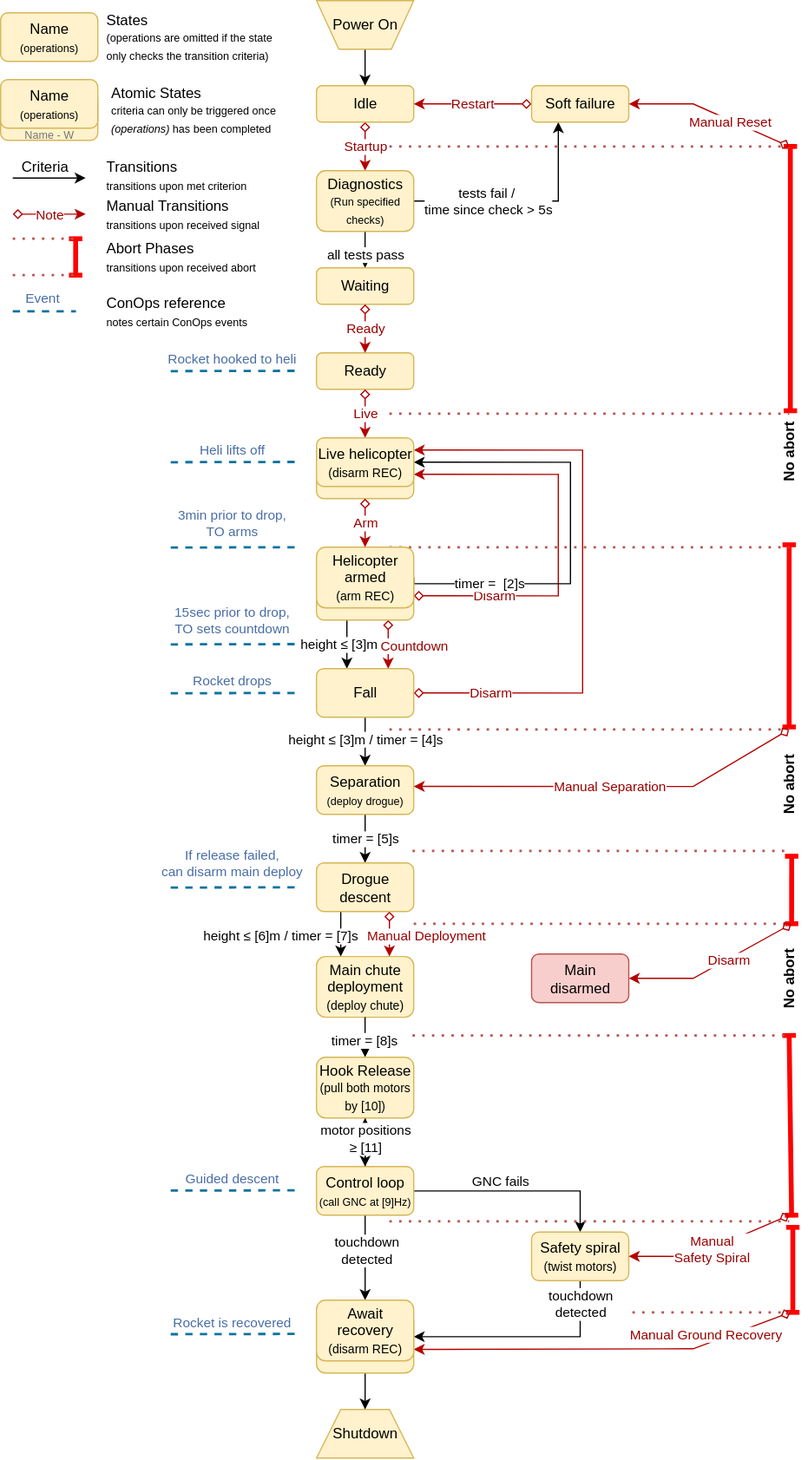
Earlier version of the draw.io export state-machines/separation-drop-test-state-machine.drawio.svg (aris-space/asteria-remote-computers). Source tidied: cells renumbered, new cells last; positions are measured from the earlier drawing's top-left corner, leaving out a move shared by most shapes.
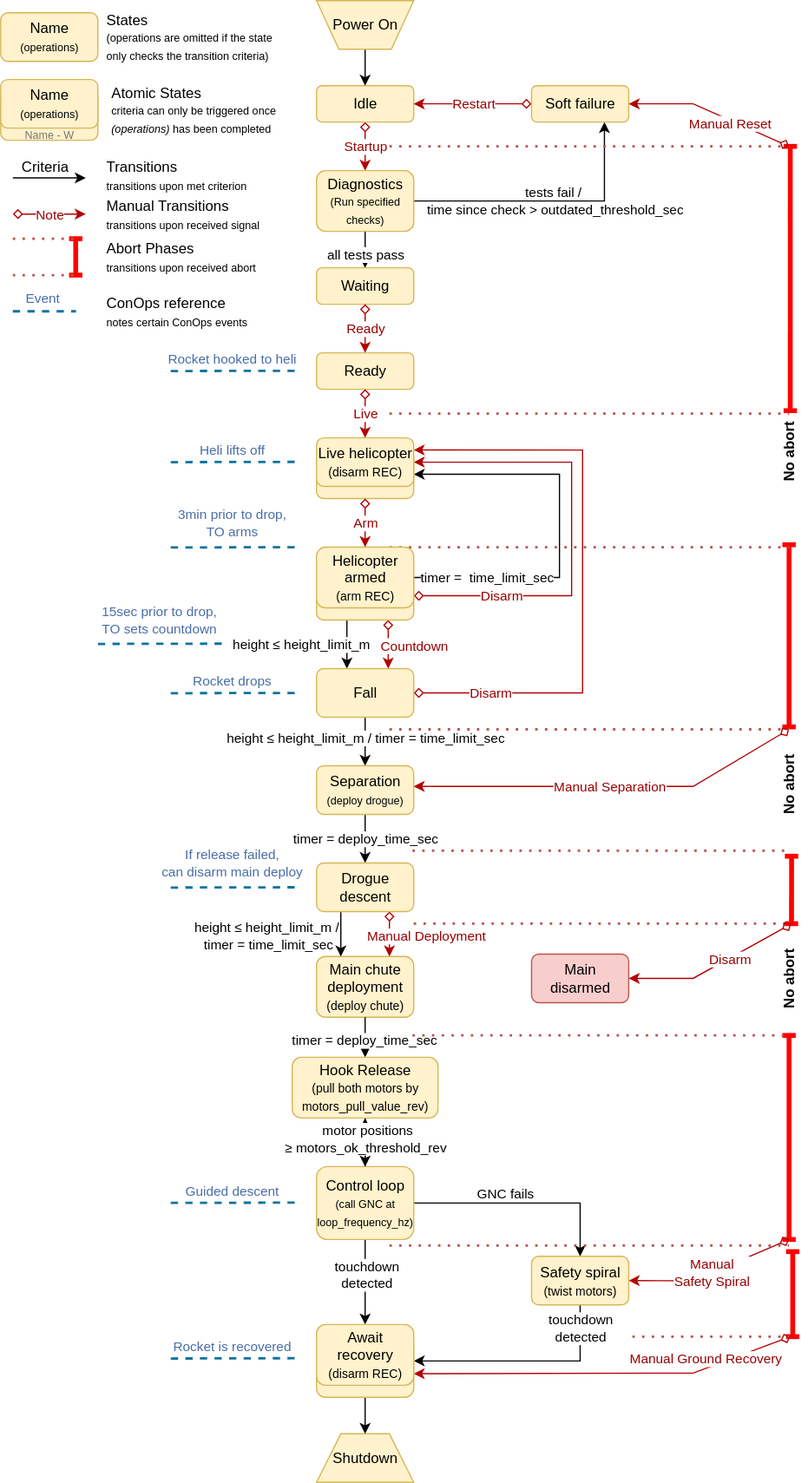
Above is the later version.

Commit message:
Replace [n] with actual names in the separation drop test diagram

The edit, as a diff of the source:
```diff
@@ -25,6 +25,6 @@
     </mxCell>
-    <mxCell id="9" style="edgeStyle=orthogonalEdgeStyle;rounded=0;jettySize=auto;html=1;entryX=0.275;entryY=1;entryDx=0;entryDy=0;entryPerimeter=0;exitX=1;exitY=0.5;exitDx=0;exitDy=0;" parent="1" edge="1" source="11" target="14">
+    <mxCell id="9" style="edgeStyle=orthogonalEdgeStyle;rounded=0;jettySize=auto;html=1;entryX=0.75;entryY=1;entryDx=0;entryDy=0;exitX=1;exitY=0.5;exitDx=0;exitDy=0;" parent="1" edge="1" source="11" target="14">
       <mxGeometry relative="1" as="geometry">
         <Array as="points">
-          <mxPoint x="459" y="165" />
+          <mxPoint x="497" y="165" />
         </Array>
@@ -32,5 +32,5 @@
     </mxCell>
-    <mxCell id="10" value="tests fail /&amp;nbsp;&lt;div&gt;time since check &amp;gt; 5s&lt;/div&gt;" style="edgeLabel;html=1;align=center;verticalAlign=middle;" parent="9" vertex="1">
+    <mxCell id="10" value="tests fail /&amp;nbsp;&lt;div&gt;time since check &amp;gt; outdated_threshold_sec&lt;/div&gt;" style="edgeLabel;html=1;align=center;verticalAlign=middle;labelBackgroundColor=none;" parent="9" vertex="1">
       <mxGeometry x="-0.42" y="2" relative="1" as="geometry">
-        <mxPoint x="7" y="2" as="offset" />
+        <mxPoint x="51" y="2" as="offset" />
       </mxGeometry>
@@ -59,7 +59,7 @@
     </mxCell>
-    <mxCell id="16" value="&lt;font color=&quot;#990000&quot;&gt;Disarm&lt;/font&gt;" style="edgeStyle=orthogonalEdgeStyle;rounded=0;jettySize=auto;html=1;exitX=1;exitY=0.5;exitDx=0;exitDy=0;shadow=0;strokeColor=#B20000;strokeWidth=1;align=center;verticalAlign=middle;fontFamily=Helvetica;fontSize=11;fontColor=default;labelBackgroundColor=default;jumpStyle=none;jumpSize=5;startArrow=diamond;startFill=0;endArrow=classic;flowAnimation=0;fillColor=#e51400;entryX=1;entryY=0.75;entryDx=0;entryDy=0;" parent="1" edge="1" source="94" target="95">
+    <mxCell id="16" value="&lt;font color=&quot;#990000&quot;&gt;Disarm&lt;/font&gt;" style="edgeStyle=orthogonalEdgeStyle;rounded=0;jettySize=auto;html=1;exitX=1;exitY=0.5;exitDx=0;exitDy=0;shadow=0;strokeColor=#B20000;strokeWidth=1;align=center;verticalAlign=middle;fontFamily=Helvetica;fontSize=11;fontColor=default;labelBackgroundColor=default;jumpStyle=none;jumpSize=5;startArrow=diamond;startFill=0;endArrow=classic;flowAnimation=0;fillColor=#e51400;entryX=1;entryY=0.5;entryDx=0;entryDy=0;" parent="1" edge="1" source="94" target="95">
       <mxGeometry x="-0.61" relative="1" as="geometry">
         <Array as="points">
-          <mxPoint x="459" y="490" />
-          <mxPoint x="459" y="390" />
+          <mxPoint x="470" y="490" />
+          <mxPoint x="470" y="380" />
         </Array>
@@ -79,3 +79,3 @@
     </mxCell>
-    <mxCell id="19" value="height ≤&amp;nbsp;[3]m / timer = [4]s" style="edgeLabel;html=1;align=center;verticalAlign=middle;" parent="18" vertex="1">
+    <mxCell id="19" value="height ≤ height_limit_m / timer =&amp;nbsp;time_limit_sec" style="edgeLabel;html=1;align=center;verticalAlign=middle;" parent="18" vertex="1">
       <mxGeometry x="-0.15" relative="1" as="geometry" />
@@ -85,4 +85,6 @@
     </mxCell>
-    <mxCell id="21" style="edgeStyle=orthogonalEdgeStyle;rounded=0;jettySize=auto;html=1;exitX=0.5;exitY=1;exitDx=0;exitDy=0;entryX=0.5;entryY=0;entryDx=0;entryDy=0;" parent="1" edge="1" source="26" target="99">
-      <mxGeometry relative="1" as="geometry" />
+    <mxCell id="21" style="edgeStyle=orthogonalEdgeStyle;rounded=0;jettySize=auto;html=1;exitX=0.5;exitY=1;exitDx=0;exitDy=0;entryX=0.5;entryY=0;entryDx=0;entryDy=0;" parent="1" edge="1" target="99">
+      <mxGeometry relative="1" as="geometry">
+        <mxPoint x="300" y="1020" as="sourcePoint" />
+      </mxGeometry>
     </mxCell>
@@ -102,4 +104,4 @@
     </mxCell>
-    <mxCell id="26" value="Control loop&lt;div&gt;&lt;font style=&quot;font-size: 9px;&quot;&gt;(call GNC at [9]Hz)&lt;/font&gt;&lt;/div&gt;" style="rounded=1;whiteSpace=wrap;html=1;fillColor=#fff2cc;strokeColor=#d6b656;" parent="1" vertex="1">
-      <mxGeometry x="260" y="960" width="80" height="40" as="geometry" />
+    <mxCell id="26" value="Control loop&lt;div&gt;&lt;font style=&quot;font-size: 9px;&quot;&gt;(call GNC at loop_frequency_hz)&lt;/font&gt;&lt;/div&gt;" style="rounded=1;whiteSpace=wrap;html=1;fillColor=#fff2cc;strokeColor=#d6b656;" parent="1" vertex="1">
+      <mxGeometry x="260" y="960" width="80" height="60" as="geometry" />
     </mxCell>
@@ -107,6 +109,6 @@
       <mxGeometry relative="1" as="geometry">
-        <mxPoint x="340" y="1100" as="targetPoint" />
+        <mxPoint x="340" y="1120" as="targetPoint" />
         <Array as="points">
-          <mxPoint x="477" y="1100" />
-          <mxPoint x="340" y="1100" />
+          <mxPoint x="477" y="1120" />
+          <mxPoint x="340" y="1120" />
         </Array>
@@ -120,3 +122,3 @@
     <mxCell id="29" value="Safety spiral&lt;div&gt;&lt;font size=&quot;1&quot;&gt;(twist motors)&lt;/font&gt;&lt;/div&gt;" style="rounded=1;whiteSpace=wrap;html=1;fillColor=#fff2cc;strokeColor=#d6b656;" parent="1" vertex="1">
-      <mxGeometry x="437" y="1013.9" width="80" height="40" as="geometry" />
+      <mxGeometry x="437" y="1033.9" width="80" height="40" as="geometry" />
     </mxCell>
@@ -128,3 +130,3 @@
     </mxCell>
-    <mxCell id="32" value="timer = [8]s" style="edgeLabel;html=1;align=center;verticalAlign=middle;" parent="31" vertex="1">
+    <mxCell id="32" value="timer = deploy_time_sec" style="edgeLabel;html=1;align=center;verticalAlign=middle;" parent="31" vertex="1">
       <mxGeometry x="-0.08" y="1" relative="1" as="geometry" />
@@ -132,3 +134,3 @@
     <mxCell id="33" value="Shutdown" style="shape=trapezoid;perimeter=trapezoidPerimeter;whiteSpace=wrap;html=1;fixedSize=1;fillColor=#fff2cc;strokeColor=#d6b656;" parent="1" vertex="1">
-      <mxGeometry x="260" y="1160" width="80" height="40" as="geometry" />
+      <mxGeometry x="260" y="1180" width="80" height="40" as="geometry" />
     </mxCell>
@@ -151,3 +153,3 @@
       <mxGeometry relative="1" as="geometry">
-        <mxPoint x="651" y="1000" as="sourcePoint" />
+        <mxPoint x="649" y="1020" as="sourcePoint" />
       </mxGeometry>
@@ -156,5 +158,5 @@
       <mxGeometry relative="1" as="geometry">
-        <mxPoint x="649" y="1000" as="sourcePoint" />
+        <mxPoint x="649" y="1020" as="sourcePoint" />
         <Array as="points">
-          <mxPoint x="570" y="1034" />
+          <mxPoint x="570" y="1054" />
         </Array>
@@ -164,4 +166,4 @@
       <mxGeometry relative="1" as="geometry">
-        <mxPoint x="652" y="1080" as="sourcePoint" />
-        <mxPoint x="652" y="1010" as="targetPoint" />
+        <mxPoint x="652" y="1100" as="sourcePoint" />
+        <mxPoint x="652" y="1030" as="targetPoint" />
       </mxGeometry>
@@ -170,6 +172,6 @@
       <mxGeometry x="-0.54" y="-8" relative="1" as="geometry">
-        <mxPoint x="650" y="1080" as="sourcePoint" />
-        <mxPoint x="340" y="1110.5" as="targetPoint" />
+        <mxPoint x="650" y="1100" as="sourcePoint" />
+        <mxPoint x="340" y="1130.5" as="targetPoint" />
         <Array as="points">
-          <mxPoint x="570" y="1110" />
+          <mxPoint x="570" y="1130" />
         </Array>
@@ -206,6 +208,6 @@
       <mxGeometry relative="1" as="geometry">
-        <mxPoint x="320" y="1005" as="sourcePoint" />
-        <mxPoint x="649" y="1005" as="targetPoint" />
+        <mxPoint x="320" y="1025" as="sourcePoint" />
+        <mxPoint x="649" y="1025" as="targetPoint" />
         <Array as="points">
-          <mxPoint x="539" y="1005" />
+          <mxPoint x="539" y="1025" />
         </Array>
@@ -215,6 +217,6 @@
       <mxGeometry relative="1" as="geometry">
-        <mxPoint x="520" y="1080" as="sourcePoint" />
-        <mxPoint x="649" y="1080" as="targetPoint" />
+        <mxPoint x="520" y="1100" as="sourcePoint" />
+        <mxPoint x="649" y="1100" as="targetPoint" />
         <Array as="points">
-          <mxPoint x="539" y="1080" />
+          <mxPoint x="539" y="1100" />
         </Array>
@@ -222,5 +224,5 @@
     </mxCell>
-    <mxCell id="46" value="height ≤&amp;nbsp;[3]m" style="edgeLabel;html=1;align=center;verticalAlign=middle;" parent="1" vertex="1">
+    <mxCell id="46" value="height ≤ height_limit_m" style="edgeLabel;html=1;align=center;verticalAlign=middle;" parent="1" vertex="1">
       <mxGeometry x="300" y="530" as="geometry">
-        <mxPoint x="-22" as="offset" />
+        <mxPoint x="-53" as="offset" />
       </mxGeometry>
@@ -264,9 +266,9 @@
     </mxCell>
-    <mxCell id="53" value="&lt;span style=&quot;color: rgb(0, 0, 0); font-family: Helvetica; font-size: 11px; font-style: normal; font-variant-ligatures: normal; font-variant-caps: normal; font-weight: 400; letter-spacing: normal; orphans: 2; text-align: center; text-indent: 0px; text-transform: none; widows: 2; word-spacing: 0px; -webkit-text-stroke-width: 0px; white-space: nowrap; background-color: rgb(255, 255, 255); text-decoration-thickness: initial; text-decoration-style: initial; text-decoration-color: initial; float: none; display: inline !important;&quot;&gt;timer =&amp;nbsp; [2]s&lt;/span&gt;" style="edgeStyle=orthogonalEdgeStyle;rounded=0;jettySize=auto;html=1;exitX=1;exitY=0.5;exitDx=0;exitDy=0;entryX=1;entryY=0.5;entryDx=0;entryDy=0;" parent="1" edge="1" source="96">
+    <mxCell id="53" value="&lt;span style=&quot;color: rgb(0, 0, 0); font-family: Helvetica; font-size: 11px; font-style: normal; font-variant-ligatures: normal; font-variant-caps: normal; font-weight: 400; letter-spacing: normal; orphans: 2; text-align: center; text-indent: 0px; text-transform: none; widows: 2; word-spacing: 0px; -webkit-text-stroke-width: 0px; white-space: nowrap; background-color: rgb(255, 255, 255); text-decoration-thickness: initial; text-decoration-style: initial; text-decoration-color: initial; float: none; display: inline !important;&quot;&gt;timer =&amp;nbsp; time_limit_sec&lt;/span&gt;" style="edgeStyle=orthogonalEdgeStyle;rounded=0;orthogonalLoop=1;jettySize=auto;html=1;exitX=1;exitY=0.5;exitDx=0;exitDy=0;entryX=1;entryY=0.75;entryDx=0;entryDy=0;" parent="1" edge="1">
       <mxGeometry x="-0.63" relative="1" as="geometry">
-        <mxPoint x="340" y="380" as="targetPoint" />
+        <mxPoint x="340" y="475" as="sourcePoint" />
+        <mxPoint x="340" y="390" as="targetPoint" />
         <Array as="points">
-          <mxPoint x="340" y="480" />
-          <mxPoint x="469" y="480" />
-          <mxPoint x="469" y="380" />
+          <mxPoint x="460" y="475" />
+          <mxPoint x="460" y="390" />
         </Array>
@@ -298,4 +300,4 @@
       <mxGeometry x="-0.06" y="20" relative="1" as="geometry">
-        <mxPoint x="140" y="530" as="sourcePoint" />
-        <mxPoint x="247" y="529.8" as="targetPoint" />
+        <mxPoint x="80" y="529.7" as="sourcePoint" />
+        <mxPoint x="187" y="529.4" as="targetPoint" />
       </mxGeometry>
@@ -310,4 +312,4 @@
       <mxGeometry x="-0.07" y="10" relative="1" as="geometry">
-        <mxPoint x="140" y="979.8" as="sourcePoint" />
-        <mxPoint x="247" y="979.5" as="targetPoint" />
+        <mxPoint x="140" y="989.9" as="sourcePoint" />
+        <mxPoint x="247" y="989.6" as="targetPoint" />
       </mxGeometry>
@@ -316,4 +318,4 @@
       <mxGeometry x="-0.07" y="10" relative="1" as="geometry">
-        <mxPoint x="140" y="1098" as="sourcePoint" />
-        <mxPoint x="247" y="1097.8" as="targetPoint" />
+        <mxPoint x="140" y="1118" as="sourcePoint" />
+        <mxPoint x="247" y="1117.8" as="targetPoint" />
       </mxGeometry>
@@ -334,3 +336,3 @@
     </mxCell>
-    <mxCell id="64" value="timer = [5]s" style="edgeStyle=orthogonalEdgeStyle;rounded=0;jettySize=auto;html=1;" parent="1" edge="1" source="65" target="67">
+    <mxCell id="64" value="timer = deploy_time_sec" style="edgeStyle=orthogonalEdgeStyle;rounded=0;jettySize=auto;html=1;" parent="1" edge="1" source="65" target="67">
       <mxGeometry relative="1" as="geometry" />
@@ -340,4 +342,4 @@
     </mxCell>
-    <mxCell id="66" value="height ≤&amp;nbsp;[6]m / timer = [7&lt;span style=&quot;background-color: light-dark(#ffffff, var(--ge-dark-color, #121212)); color: light-dark(rgb(0, 0, 0), rgb(255, 255, 255));&quot;&gt;]s&lt;/span&gt;" style="edgeStyle=orthogonalEdgeStyle;rounded=0;jettySize=auto;html=1;" parent="1" edge="1" source="67" target="30">
-      <mxGeometry x="0.08" y="-50" relative="1" as="geometry">
+    <mxCell id="66" value="height ≤&amp;nbsp;height_limit_m /&amp;nbsp;&lt;div&gt;&lt;span style=&quot;color: light-dark(rgb(0, 0, 0), rgb(255, 255, 255));&quot;&gt;timer =&amp;nbsp;time_limit_sec&lt;/span&gt;&lt;/div&gt;" style="edgeStyle=orthogonalEdgeStyle;rounded=0;jettySize=auto;html=1;labelBackgroundColor=none;" parent="1" edge="1" source="67" target="30">
+      <mxGeometry x="0.08" y="-60" relative="1" as="geometry">
         <Array as="points">
@@ -400,7 +402,7 @@
     </mxCell>
-    <mxCell id="75" value="motor positions&lt;div&gt;≥ [11]&lt;/div&gt;" style="edgeStyle=orthogonalEdgeStyle;rounded=0;jettySize=auto;html=1;entryX=0.5;entryY=0;entryDx=0;entryDy=0;" parent="1" edge="1" source="76" target="26">
+    <mxCell id="75" value="&amp;nbsp;motor positions&lt;div&gt;≥ motors_ok_threshold_rev&lt;/div&gt;" style="edgeStyle=orthogonalEdgeStyle;rounded=0;jettySize=auto;html=1;entryX=0.5;entryY=0;entryDx=0;entryDy=0;" parent="1" edge="1" source="76" target="26">
       <mxGeometry x="-0.15" relative="1" as="geometry" />
     </mxCell>
-    <mxCell id="76" value="&lt;div&gt;Hook&amp;nbsp;&lt;span style=&quot;background-color: initial;&quot;&gt;Release&lt;/span&gt;&lt;/div&gt;&lt;div&gt;&lt;font size=&quot;1&quot;&gt;(pull both motors by [10])&lt;/font&gt;&lt;/div&gt;" style="rounded=1;whiteSpace=wrap;html=1;fillColor=#fff2cc;strokeColor=#d6b656;" parent="1" vertex="1">
-      <mxGeometry x="260" y="870" width="80" height="50" as="geometry" />
+    <mxCell id="76" value="&lt;div&gt;Hook&amp;nbsp;&lt;span style=&quot;background-color: initial;&quot;&gt;Release&lt;/span&gt;&lt;/div&gt;&lt;div&gt;&lt;font size=&quot;1&quot;&gt;(pull both motors by motors_pull_value_rev)&lt;/font&gt;&lt;/div&gt;" style="rounded=1;whiteSpace=wrap;html=1;fillColor=#fff2cc;strokeColor=#d6b656;" parent="1" vertex="1">
+      <mxGeometry x="240" y="870" width="120" height="50" as="geometry" />
     </mxCell>
@@ -488,6 +490,6 @@
     <mxCell id="98" style="rounded=1;whiteSpace=wrap;html=1;fillColor=#fff2cc;strokeColor=#d6b656;" parent="1" vertex="1">
-      <mxGeometry x="260" y="1080" width="80" height="50" as="geometry" />
+      <mxGeometry x="260" y="1100" width="80" height="50" as="geometry" />
     </mxCell>
     <mxCell id="99" value="Await recovery&lt;div&gt;&lt;font size=&quot;1&quot;&gt;(disarm REC)&lt;/font&gt;&lt;/div&gt;" style="rounded=1;whiteSpace=wrap;html=1;fillColor=#fff2cc;strokeColor=#d6b656;" parent="1" vertex="1">
-      <mxGeometry x="260" y="1070" width="80" height="50" as="geometry" />
+      <mxGeometry x="260" y="1090" width="80" height="50" as="geometry" />
     </mxCell>
```
